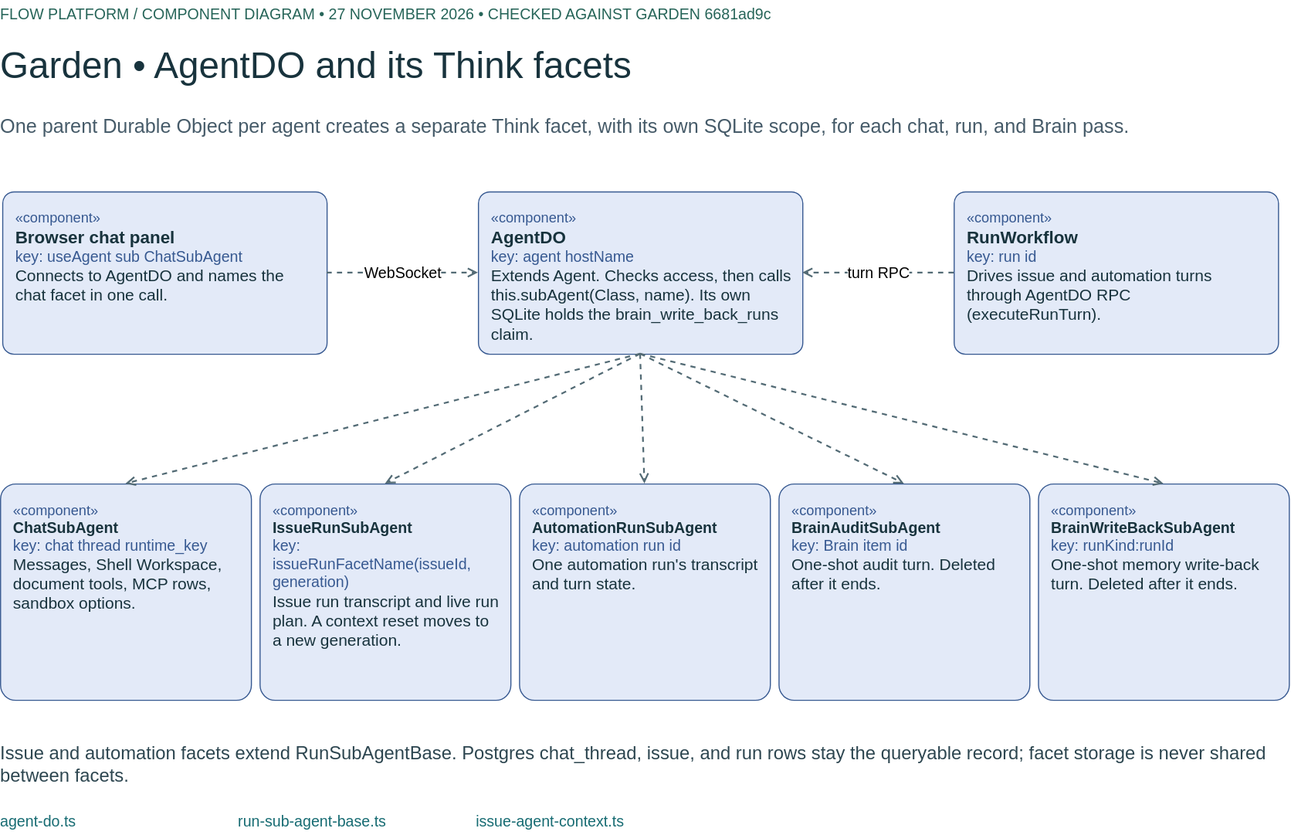
This is docs/diagrams/agent-runtime.drawio.svg from Flow-Research/garden, a draw.io export, as it was before one commit. Source tidied: cells renumbered, new cells last; positions are measured from the earlier drawing's top-left corner, leaving out a move shared by most shapes.
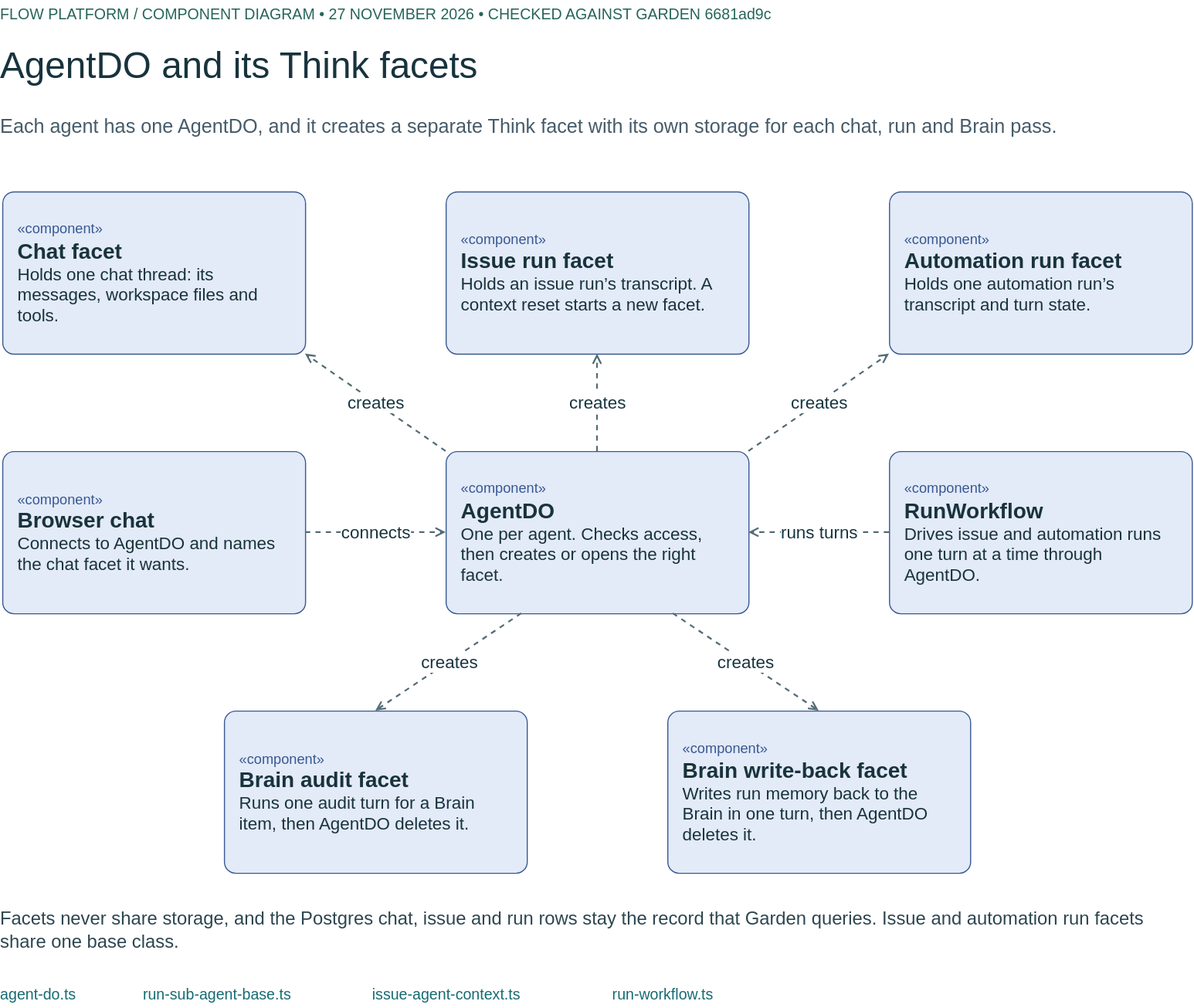
Above is the later version.

What changed in the source:
```diff
@@ -3,70 +3,73 @@
     <mxCell id="0" />
     <mxCell id="1" parent="0" />
     <mxCell id="2" value="FLOW PLATFORM   /   COMPONENT DIAGRAM     •     27 NOVEMBER 2026     •     CHECKED AGAINST GARDEN 6681ad9c" style="text;html=1;whiteSpace=wrap;align=left;verticalAlign=middle;spacing=0;fontFamily=Helvetica;fontSize=14;fontColor=#276559;" parent="1" vertex="1">
-      <mxGeometry width="1160" height="25" as="geometry" />
+      <mxGeometry width="1100" height="25" as="geometry" />
     </mxCell>
-    <mxCell id="3" value="Garden • AgentDO and its Think facets" style="text;html=1;whiteSpace=wrap;align=left;verticalAlign=middle;spacing=0;fontFamily=Helvetica;fontSize=34;fontColor=#18333D;" parent="1" vertex="1">
-      <mxGeometry y="34" width="1190" height="51" as="geometry" />
-    </mxCell>
-    <mxCell id="4" value="One parent Durable Object per agent creates a separate Think facet, with its own SQLite scope, for each chat, run, and Brain pass." style="text;html=1;whiteSpace=wrap;align=left;verticalAlign=middle;spacing=0;fontFamily=Helvetica;fontSize=18;fontColor=#465B69;" parent="1" vertex="1">
-      <mxGeometry y="90" width="1180" height="53" as="geometry" />
-    </mxCell>
-    <mxCell id="5" value="&lt;font color=&quot;#375991&quot; style=&quot;font-size:13px&quot;&gt;«component»&lt;/font&gt;&lt;br&gt;&lt;b style=&quot;font-size:16px&quot;&gt;Browser chat panel&lt;/b&gt;&lt;br&gt;&lt;span style=&quot;font-size:14px;color:#375991&quot;&gt;key: useAgent sub ChatSubAgent&lt;/span&gt;&lt;br&gt;&lt;span style=&quot;font-size:15px&quot;&gt;Connects to AgentDO and names the chat facet in one call.&lt;/span&gt;" style="rounded=1;arcSize=7;html=1;whiteSpace=wrap;align=left;verticalAlign=top;spacing=12;fillColor=#E3EAF8;strokeColor=#375991;fontFamily=Helvetica;fontColor=#18333D;" parent="1" vertex="1">
-      <mxGeometry x="2" y="177" width="300" height="150" as="geometry" />
-    </mxCell>
-    <mxCell id="6" value="&lt;font color=&quot;#375991&quot; style=&quot;font-size:13px&quot;&gt;«component»&lt;/font&gt;&lt;br&gt;&lt;b style=&quot;font-size:16px&quot;&gt;AgentDO&lt;/b&gt;&lt;br&gt;&lt;span style=&quot;font-size:14px;color:#375991&quot;&gt;key: agent hostName&lt;/span&gt;&lt;br&gt;&lt;span style=&quot;font-size:15px&quot;&gt;Extends Agent. Checks access, then calls this.subAgent(Class, name). Its own SQLite holds the brain_write_back_runs claim.&lt;/span&gt;" style="rounded=1;arcSize=7;html=1;whiteSpace=wrap;align=left;verticalAlign=top;spacing=12;fillColor=#E3EAF8;strokeColor=#375991;fontFamily=Helvetica;fontColor=#18333D;" parent="1" vertex="1">
-      <mxGeometry x="442" y="177" width="300" height="150" as="geometry" />
-    </mxCell>
-    <mxCell id="7" value="&lt;font color=&quot;#375991&quot; style=&quot;font-size:13px&quot;&gt;«component»&lt;/font&gt;&lt;br&gt;&lt;b style=&quot;font-size:16px&quot;&gt;RunWorkflow&lt;/b&gt;&lt;br&gt;&lt;span style=&quot;font-size:14px;color:#375991&quot;&gt;key: run id&lt;/span&gt;&lt;br&gt;&lt;span style=&quot;font-size:15px&quot;&gt;Drives issue and automation turns through AgentDO RPC (executeRunTurn).&lt;/span&gt;" style="rounded=1;arcSize=7;html=1;whiteSpace=wrap;align=left;verticalAlign=top;spacing=12;fillColor=#E3EAF8;strokeColor=#375991;fontFamily=Helvetica;fontColor=#18333D;" parent="1" vertex="1">
-      <mxGeometry x="882" y="177" width="300" height="150" as="geometry" />
-    </mxCell>
-    <mxCell id="8" value="&lt;font color=&quot;#375991&quot; style=&quot;font-size:13px&quot;&gt;«component»&lt;/font&gt;&lt;br&gt;&lt;b style=&quot;font-size:14px&quot;&gt;ChatSubAgent&lt;/b&gt;&lt;br&gt;&lt;span style=&quot;font-size:14px;color:#375991&quot;&gt;key: chat thread runtime_key&lt;/span&gt;&lt;br&gt;&lt;span style=&quot;font-size:15px&quot;&gt;Messages, Shell Workspace, document tools, MCP rows, sandbox options.&lt;/span&gt;" style="rounded=1;arcSize=7;html=1;whiteSpace=wrap;align=left;verticalAlign=top;spacing=12;fillColor=#E3EAF8;strokeColor=#375991;fontFamily=Helvetica;fontColor=#18333D;" parent="1" vertex="1">
-      <mxGeometry y="447" width="232" height="200" as="geometry" />
-    </mxCell>
-    <mxCell id="9" value="&lt;font color=&quot;#375991&quot; style=&quot;font-size:13px&quot;&gt;«component»&lt;/font&gt;&lt;br&gt;&lt;b style=&quot;font-size:14px&quot;&gt;IssueRunSubAgent&lt;/b&gt;&lt;br&gt;&lt;span style=&quot;font-size:14px;color:#375991&quot;&gt;key: issueRunFacetName(issueId, generation)&lt;/span&gt;&lt;br&gt;&lt;span style=&quot;font-size:15px&quot;&gt;Issue run transcript and live run plan. A context reset moves to a new generation.&lt;/span&gt;" style="rounded=1;arcSize=7;html=1;whiteSpace=wrap;align=left;verticalAlign=top;spacing=12;fillColor=#E3EAF8;strokeColor=#375991;fontFamily=Helvetica;fontColor=#18333D;" parent="1" vertex="1">
-      <mxGeometry x="240" y="447" width="232" height="200" as="geometry" />
-    </mxCell>
-    <mxCell id="10" value="&lt;font color=&quot;#375991&quot; style=&quot;font-size:13px&quot;&gt;«component»&lt;/font&gt;&lt;br&gt;&lt;b style=&quot;font-size:14px&quot;&gt;AutomationRunSubAgent&lt;/b&gt;&lt;br&gt;&lt;span style=&quot;font-size:14px;color:#375991&quot;&gt;key: automation run id&lt;/span&gt;&lt;br&gt;&lt;span style=&quot;font-size:15px&quot;&gt;One automation run's transcript and turn state.&lt;/span&gt;" style="rounded=1;arcSize=7;html=1;whiteSpace=wrap;align=left;verticalAlign=top;spacing=12;fillColor=#E3EAF8;strokeColor=#375991;fontFamily=Helvetica;fontColor=#18333D;" parent="1" vertex="1">
-      <mxGeometry x="480" y="447" width="232" height="200" as="geometry" />
-    </mxCell>
-    <mxCell id="11" value="&lt;font color=&quot;#375991&quot; style=&quot;font-size:13px&quot;&gt;«component»&lt;/font&gt;&lt;br&gt;&lt;b style=&quot;font-size:14px&quot;&gt;BrainAuditSubAgent&lt;/b&gt;&lt;br&gt;&lt;span style=&quot;font-size:14px;color:#375991&quot;&gt;key: Brain item id&lt;/span&gt;&lt;br&gt;&lt;span style=&quot;font-size:15px&quot;&gt;One-shot audit turn. Deleted after it ends.&lt;/span&gt;" style="rounded=1;arcSize=7;html=1;whiteSpace=wrap;align=left;verticalAlign=top;spacing=12;fillColor=#E3EAF8;strokeColor=#375991;fontFamily=Helvetica;fontColor=#18333D;" parent="1" vertex="1">
-      <mxGeometry x="720" y="447" width="232" height="200" as="geometry" />
-    </mxCell>
-    <mxCell id="12" value="&lt;font color=&quot;#375991&quot; style=&quot;font-size:13px&quot;&gt;«component»&lt;/font&gt;&lt;br&gt;&lt;b style=&quot;font-size:14px&quot;&gt;BrainWriteBackSubAgent&lt;/b&gt;&lt;br&gt;&lt;span style=&quot;font-size:14px;color:#375991&quot;&gt;key: runKind:runId&lt;/span&gt;&lt;br&gt;&lt;span style=&quot;font-size:15px&quot;&gt;One-shot memory write-back turn. Deleted after it ends.&lt;/span&gt;" style="rounded=1;arcSize=7;html=1;whiteSpace=wrap;align=left;verticalAlign=top;spacing=12;fillColor=#E3EAF8;strokeColor=#375991;fontFamily=Helvetica;fontColor=#18333D;" parent="1" vertex="1">
-      <mxGeometry x="960" y="447" width="232" height="200" as="geometry" />
-    </mxCell>
-    <mxCell id="13" value="WebSocket" style="html=1;endArrow=open;endFill=0;strokeWidth=1.6;strokeColor=#536B75;fontSize=14;fontFamily=Helvetica;labelBackgroundColor=#FFFFFF;dashed=1;" parent="1" edge="1" source="5" target="6">
-      <mxGeometry relative="1" as="geometry" />
-    </mxCell>
-    <mxCell id="14" value="turn RPC" style="html=1;endArrow=open;endFill=0;strokeWidth=1.6;strokeColor=#536B75;fontSize=14;fontFamily=Helvetica;labelBackgroundColor=#FFFFFF;dashed=1;" parent="1" edge="1" source="7" target="6">
-      <mxGeometry relative="1" as="geometry" />
-    </mxCell>
-    <mxCell id="15" style="html=1;endArrow=open;endFill=0;strokeWidth=1.6;strokeColor=#536B75;fontSize=14;fontFamily=Helvetica;labelBackgroundColor=#FFFFFF;dashed=1;exitX=0.5;exitY=1;exitDx=0;exitDy=0;entryX=0.5;entryY=0;" parent="1" edge="1" source="6" target="8">
-      <mxGeometry relative="1" as="geometry" />
-    </mxCell>
-    <mxCell id="16" style="html=1;endArrow=open;endFill=0;strokeWidth=1.6;strokeColor=#536B75;fontSize=14;fontFamily=Helvetica;labelBackgroundColor=#FFFFFF;dashed=1;exitX=0.5;exitY=1;exitDx=0;exitDy=0;entryX=0.5;entryY=0;" parent="1" edge="1" source="6" target="9">
-      <mxGeometry relative="1" as="geometry" />
-    </mxCell>
-    <mxCell id="17" style="html=1;endArrow=open;endFill=0;strokeWidth=1.6;strokeColor=#536B75;fontSize=14;fontFamily=Helvetica;labelBackgroundColor=#FFFFFF;dashed=1;exitX=0.5;exitY=1;exitDx=0;exitDy=0;entryX=0.5;entryY=0;" parent="1" edge="1" source="6" target="10">
-      <mxGeometry relative="1" as="geometry" />
-    </mxCell>
-    <mxCell id="18" style="html=1;endArrow=open;endFill=0;strokeWidth=1.6;strokeColor=#536B75;fontSize=14;fontFamily=Helvetica;labelBackgroundColor=#FFFFFF;dashed=1;exitX=0.5;exitY=1;exitDx=0;exitDy=0;entryX=0.5;entryY=0;" parent="1" edge="1" source="6" target="11">
-      <mxGeometry relative="1" as="geometry" />
-    </mxCell>
-    <mxCell id="19" style="html=1;endArrow=open;endFill=0;strokeWidth=1.6;strokeColor=#536B75;fontSize=14;fontFamily=Helvetica;labelBackgroundColor=#FFFFFF;dashed=1;exitX=0.5;exitY=1;exitDx=0;exitDy=0;entryX=0.5;entryY=0;" parent="1" edge="1" source="6" target="12">
-      <mxGeometry relative="1" as="geometry" />
-    </mxCell>
-    <mxCell id="20" value="Issue and automation facets extend RunSubAgentBase. Postgres chat_thread, issue, and run rows stay the queryable record; facet storage is never shared between facets." style="text;html=1;whiteSpace=wrap;align=left;verticalAlign=middle;spacing=0;fontFamily=Helvetica;fontSize=17;fontColor=#2D4650;" parent="1" vertex="1">
-      <mxGeometry y="677" width="1180" height="60" as="geometry" />
-    </mxCell>
+    <mxCell id="24" value="AgentDO and its Think facets" style="text;html=1;whiteSpace=wrap;align=left;verticalAlign=middle;spacing=0;fontFamily=Helvetica;fontSize=34;fontColor=#18333D;" parent="1" vertex="1">
+      <mxGeometry y="34" width="1100" height="51" as="geometry" />
+    </mxCell>
+    <mxCell id="25" value="Each agent has one AgentDO, and it creates a separate Think facet with its own storage for each chat, run and Brain pass." style="text;html=1;whiteSpace=wrap;align=left;verticalAlign=middle;spacing=0;fontFamily=Helvetica;fontSize=18;fontColor=#465B69;" parent="1" vertex="1">
+      <mxGeometry y="90" width="1100" height="53" as="geometry" />
+    </mxCell>
+    <mxCell id="26" value="&lt;font color=&quot;#375991&quot; style=&quot;font-size:13px&quot;&gt;«component»&lt;/font&gt;&lt;br&gt;&lt;b style=&quot;font-size:20px&quot;&gt;Chat facet&lt;/b&gt;&lt;br&gt;&lt;span style=&quot;font-size:16px&quot;&gt;Holds one chat thread: its messages, workspace files and tools.&lt;/span&gt;" style="rounded=1;arcSize=7;html=1;whiteSpace=wrap;align=left;verticalAlign=middle;spacing=14;fillColor=#E3EAF8;strokeColor=#375991;fontFamily=Helvetica;fontColor=#18333D;" parent="1" vertex="1">
+      <mxGeometry x="2" y="177" width="280" height="150" as="geometry" />
+    </mxCell>
+    <mxCell id="27" value="&lt;font color=&quot;#375991&quot; style=&quot;font-size:13px&quot;&gt;«component»&lt;/font&gt;&lt;br&gt;&lt;b style=&quot;font-size:20px&quot;&gt;Issue run facet&lt;/b&gt;&lt;br&gt;&lt;span style=&quot;font-size:16px&quot;&gt;Holds an issue run’s transcript. A context reset starts a new facet.&lt;/span&gt;" style="rounded=1;arcSize=7;html=1;whiteSpace=wrap;align=left;verticalAlign=middle;spacing=14;fillColor=#E3EAF8;strokeColor=#375991;fontFamily=Helvetica;fontColor=#18333D;" parent="1" vertex="1">
+      <mxGeometry x="412" y="177" width="280" height="150" as="geometry" />
+    </mxCell>
+    <mxCell id="28" value="&lt;font color=&quot;#375991&quot; style=&quot;font-size:13px&quot;&gt;«component»&lt;/font&gt;&lt;br&gt;&lt;b style=&quot;font-size:20px&quot;&gt;Automation run facet&lt;/b&gt;&lt;br&gt;&lt;span style=&quot;font-size:16px&quot;&gt;Holds one automation run’s transcript and turn state.&lt;/span&gt;" style="rounded=1;arcSize=7;html=1;whiteSpace=wrap;align=left;verticalAlign=middle;spacing=14;fillColor=#E3EAF8;strokeColor=#375991;fontFamily=Helvetica;fontColor=#18333D;" parent="1" vertex="1">
+      <mxGeometry x="822" y="177" width="280" height="150" as="geometry" />
+    </mxCell>
+    <mxCell id="29" value="&lt;font color=&quot;#375991&quot; style=&quot;font-size:13px&quot;&gt;«component»&lt;/font&gt;&lt;br&gt;&lt;b style=&quot;font-size:20px&quot;&gt;Browser chat&lt;/b&gt;&lt;br&gt;&lt;span style=&quot;font-size:16px&quot;&gt;Connects to AgentDO and names the chat facet it wants.&lt;/span&gt;" style="rounded=1;arcSize=7;html=1;whiteSpace=wrap;align=left;verticalAlign=middle;spacing=14;fillColor=#E3EAF8;strokeColor=#375991;fontFamily=Helvetica;fontColor=#18333D;" parent="1" vertex="1">
+      <mxGeometry x="2" y="417" width="280" height="150" as="geometry" />
+    </mxCell>
+    <mxCell id="30" value="&lt;font color=&quot;#375991&quot; style=&quot;font-size:13px&quot;&gt;«component»&lt;/font&gt;&lt;br&gt;&lt;b style=&quot;font-size:20px&quot;&gt;AgentDO&lt;/b&gt;&lt;br&gt;&lt;span style=&quot;font-size:16px&quot;&gt;One per agent. Checks access, then creates or opens the right facet.&lt;/span&gt;" style="rounded=1;arcSize=7;html=1;whiteSpace=wrap;align=left;verticalAlign=middle;spacing=14;fillColor=#E3EAF8;strokeColor=#375991;fontFamily=Helvetica;fontColor=#18333D;" parent="1" vertex="1">
+      <mxGeometry x="412" y="417" width="280" height="150" as="geometry" />
+    </mxCell>
+    <mxCell id="31" value="&lt;font color=&quot;#375991&quot; style=&quot;font-size:13px&quot;&gt;«component»&lt;/font&gt;&lt;br&gt;&lt;b style=&quot;font-size:20px&quot;&gt;RunWorkflow&lt;/b&gt;&lt;br&gt;&lt;span style=&quot;font-size:16px&quot;&gt;Drives issue and automation runs one turn at a time through AgentDO.&lt;/span&gt;" style="rounded=1;arcSize=7;html=1;whiteSpace=wrap;align=left;verticalAlign=middle;spacing=14;fillColor=#E3EAF8;strokeColor=#375991;fontFamily=Helvetica;fontColor=#18333D;" parent="1" vertex="1">
+      <mxGeometry x="822" y="417" width="280" height="150" as="geometry" />
+    </mxCell>
+    <mxCell id="32" value="&lt;font color=&quot;#375991&quot; style=&quot;font-size:13px&quot;&gt;«component»&lt;/font&gt;&lt;br&gt;&lt;b style=&quot;font-size:20px&quot;&gt;Brain audit facet&lt;/b&gt;&lt;br&gt;&lt;span style=&quot;font-size:16px&quot;&gt;Runs one audit turn for a Brain item, then AgentDO deletes it.&lt;/span&gt;" style="rounded=1;arcSize=7;html=1;whiteSpace=wrap;align=left;verticalAlign=middle;spacing=14;fillColor=#E3EAF8;strokeColor=#375991;fontFamily=Helvetica;fontColor=#18333D;" parent="1" vertex="1">
+      <mxGeometry x="207" y="657" width="280" height="150" as="geometry" />
+    </mxCell>
+    <mxCell id="33" value="&lt;font color=&quot;#375991&quot; style=&quot;font-size:13px&quot;&gt;«component»&lt;/font&gt;&lt;br&gt;&lt;b style=&quot;font-size:20px&quot;&gt;Brain write-back facet&lt;/b&gt;&lt;br&gt;&lt;span style=&quot;font-size:16px&quot;&gt;Writes run memory back to the Brain in one turn, then AgentDO deletes it.&lt;/span&gt;" style="rounded=1;arcSize=7;html=1;whiteSpace=wrap;align=left;verticalAlign=middle;spacing=14;fillColor=#E3EAF8;strokeColor=#375991;fontFamily=Helvetica;fontColor=#18333D;" parent="1" vertex="1">
+      <mxGeometry x="617" y="657" width="280" height="150" as="geometry" />
+    </mxCell>
+    <mxCell id="34" value="connects" style="html=1;endArrow=open;endFill=0;strokeWidth=1.6;strokeColor=#536B75;fontSize=16;fontFamily=Helvetica;fontColor=#163540;labelBackgroundColor=#FFFFFF;dashed=1;edgeStyle=none;" parent="1" edge="1" source="29" target="30">
+      <mxGeometry relative="1" as="geometry" />
+    </mxCell>
+    <mxCell id="35" value="runs turns" style="html=1;endArrow=open;endFill=0;strokeWidth=1.6;strokeColor=#536B75;fontSize=16;fontFamily=Helvetica;fontColor=#163540;labelBackgroundColor=#FFFFFF;dashed=1;edgeStyle=none;" parent="1" edge="1" source="31" target="30">
+      <mxGeometry relative="1" as="geometry" />
+    </mxCell>
+    <mxCell id="36" value="creates" style="html=1;endArrow=open;endFill=0;strokeWidth=1.6;strokeColor=#536B75;fontSize=16;fontFamily=Helvetica;fontColor=#163540;labelBackgroundColor=#FFFFFF;dashed=1;edgeStyle=none;exitX=0;exitY=0;entryX=1;entryY=1;" parent="1" edge="1" source="30" target="26">
+      <mxGeometry relative="1" as="geometry" />
+    </mxCell>
+    <mxCell id="37" value="creates" style="html=1;endArrow=open;endFill=0;strokeWidth=1.6;strokeColor=#536B75;fontSize=16;fontFamily=Helvetica;fontColor=#163540;labelBackgroundColor=#FFFFFF;dashed=1;edgeStyle=none;exitX=0.5;exitY=0;entryX=0.5;entryY=1;" parent="1" edge="1" source="30" target="27">
+      <mxGeometry relative="1" as="geometry" />
+    </mxCell>
+    <mxCell id="38" value="creates" style="html=1;endArrow=open;endFill=0;strokeWidth=1.6;strokeColor=#536B75;fontSize=16;fontFamily=Helvetica;fontColor=#163540;labelBackgroundColor=#FFFFFF;dashed=1;edgeStyle=none;exitX=1;exitY=0;entryX=0;entryY=1;" parent="1" edge="1" source="30" target="28">
+      <mxGeometry relative="1" as="geometry" />
+    </mxCell>
+    <mxCell id="39" value="creates" style="html=1;endArrow=open;endFill=0;strokeWidth=1.6;strokeColor=#536B75;fontSize=16;fontFamily=Helvetica;fontColor=#163540;labelBackgroundColor=#FFFFFF;dashed=1;edgeStyle=none;exitX=0.25;exitY=1;entryX=0.5;entryY=0;" parent="1" edge="1" source="30" target="32">
+      <mxGeometry relative="1" as="geometry" />
+    </mxCell>
+    <mxCell id="40" value="creates" style="html=1;endArrow=open;endFill=0;strokeWidth=1.6;strokeColor=#536B75;fontSize=16;fontFamily=Helvetica;fontColor=#163540;labelBackgroundColor=#FFFFFF;dashed=1;edgeStyle=none;exitX=0.75;exitY=1;entryX=0.5;entryY=0;" parent="1" edge="1" source="30" target="33">
+      <mxGeometry relative="1" as="geometry" />
+    </mxCell>
+    <mxCell id="41" value="Facets never share storage, and the Postgres chat, issue and run rows stay the record that Garden queries. Issue and automation run facets share one base class." style="text;html=1;whiteSpace=wrap;align=left;verticalAlign=middle;spacing=0;fontFamily=Helvetica;fontSize=17;fontColor=#2D4650;" parent="1" vertex="1">
+      <mxGeometry y="837" width="1100" height="46" as="geometry" />
+    </mxCell>
     <mxCell id="21" value="agent-do.ts" style="text;html=1;whiteSpace=wrap;align=left;verticalAlign=middle;spacing=0;fontFamily=Helvetica;fontSize=14;fontColor=#166B72;" parent="1" vertex="1">
-      <mxGeometry y="747" width="200" height="24" as="geometry" />
+      <mxGeometry y="907" width="110" height="24" as="geometry" />
     </mxCell>
     <mxCell id="22" value="run-sub-agent-base.ts" style="text;html=1;whiteSpace=wrap;align=left;verticalAlign=middle;spacing=0;fontFamily=Helvetica;fontSize=14;fontColor=#166B72;" parent="1" vertex="1">
-      <mxGeometry x="220" y="747" width="200" height="24" as="geometry" />
+      <mxGeometry x="132" y="907" width="190" height="24" as="geometry" />
     </mxCell>
     <mxCell id="23" value="issue-agent-context.ts" style="text;html=1;whiteSpace=wrap;align=left;verticalAlign=middle;spacing=0;fontFamily=Helvetica;fontSize=14;fontColor=#166B72;" parent="1" vertex="1">
-      <mxGeometry x="440" y="747" width="200" height="24" as="geometry" />
+      <mxGeometry x="344" y="907" width="200" height="24" as="geometry" />
     </mxCell>
+    <mxCell id="42" value="run-workflow.ts" style="text;html=1;whiteSpace=wrap;align=left;verticalAlign=middle;spacing=0;fontFamily=Helvetica;fontSize=14;fontColor=#166B72;" parent="1" vertex="1">
+      <mxGeometry x="566" y="907" width="140" height="24" as="geometry" />
+    </mxCell>
   </root>
 </mxGraphModel>
```
